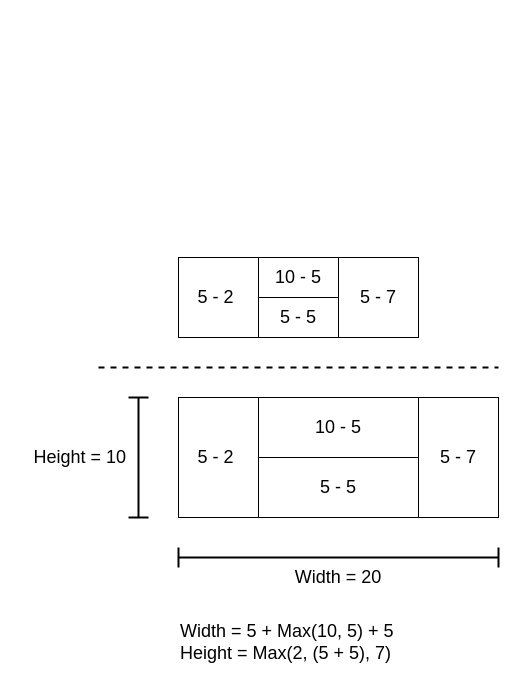
Before: page "Page-1" (1 of 2) of BlogPosts/02/Diagrams.drawio in Didgy74/Didgy74.github.io, a draw.io diagram. Source tidied: cells renumbered, new cells numbered last; positions are measured from the earlier drawing's top-left corner, leaving out a move shared by most shapes. Both pictures are drawn from the tidied source at 100%, with x=0, y=0 at pixel (28, 257).
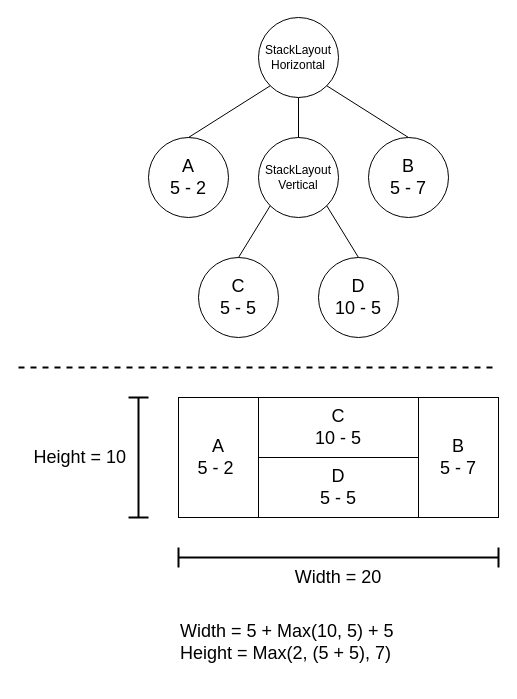
After the change.

Commit message (it also covers changes not shown here):
Made revisions to diagrams for Blog Post #2.

Change to the diagram source:
```diff
@@
-    <mxCell id="2" value="5 - 2&amp;nbsp;" style="rounded=0;whiteSpace=wrap;html=1;fontSize=18;" parent="1" vertex="1">
-      <mxGeometry x="150" width="80" height="80" as="geometry" />
-    </mxCell>
-    <mxCell id="3" value="10 - 5" style="rounded=0;whiteSpace=wrap;html=1;fontSize=18;" parent="1" vertex="1">
-      <mxGeometry x="230" width="80" height="40" as="geometry" />
-    </mxCell>
-    <mxCell id="4" value="5 - 5" style="rounded=0;whiteSpace=wrap;html=1;fontSize=18;" parent="1" vertex="1">
-      <mxGeometry x="230" y="40" width="80" height="40" as="geometry" />
-    </mxCell>
-    <mxCell id="5" value="5 - 7" style="rounded=0;whiteSpace=wrap;html=1;fontSize=18;" parent="1" vertex="1">
-      <mxGeometry x="310" width="80" height="80" as="geometry" />
-    </mxCell>
-    <mxCell id="6" value="5 - 2&amp;nbsp;" style="rounded=0;whiteSpace=wrap;html=1;fontSize=18;" parent="1" vertex="1">
+    <mxCell id="6" value="A&lt;br&gt;5 - 2&amp;nbsp;" style="rounded=0;whiteSpace=wrap;html=1;fontSize=18;" parent="1" vertex="1">
       <mxGeometry x="150" y="140" width="80" height="120" as="geometry" />
     </mxCell>
-    <mxCell id="7" value="10 - 5" style="rounded=0;whiteSpace=wrap;html=1;fontSize=18;" parent="1" vertex="1">
+    <mxCell id="7" value="C&lt;br&gt;10 - 5" style="rounded=0;whiteSpace=wrap;html=1;fontSize=18;" parent="1" vertex="1">
       <mxGeometry x="230" y="140" width="160" height="60" as="geometry" />
     </mxCell>
-    <mxCell id="8" value="5 - 5" style="rounded=0;whiteSpace=wrap;html=1;fontSize=18;" parent="1" vertex="1">
+    <mxCell id="8" value="D&lt;br&gt;5 - 5" style="rounded=0;whiteSpace=wrap;html=1;fontSize=18;" parent="1" vertex="1">
       <mxGeometry x="230" y="200" width="160" height="60" as="geometry" />
     </mxCell>
-    <mxCell id="9" value="5 - 7" style="rounded=0;whiteSpace=wrap;html=1;fontSize=18;" parent="1" vertex="1">
+    <mxCell id="9" value="B&lt;br&gt;5 - 7" style="rounded=0;whiteSpace=wrap;html=1;fontSize=18;" parent="1" vertex="1">
       <mxGeometry x="390" y="140" width="80" height="120" as="geometry" />
     </mxCell>
@@
     <mxCell id="17" style="endArrow=none;html=1;fontSize=18;strokeWidth=2;dashed=1;" parent="1" edge="1">
       <mxGeometry relative="1" as="geometry">
-        <mxPoint x="70" y="110" as="sourcePoint" />
+        <mxPoint x="-10" y="110" as="sourcePoint" />
         <mxPoint x="470" y="110" as="targetPoint" />
       </mxGeometry>
     </mxCell>
@@
+    <mxCell id="20" value="StackLayout&lt;br&gt;Horizontal" style="ellipse;whiteSpace=wrap;html=1;" parent="1" vertex="1">
+      <mxGeometry x="230" y="-240" width="80" height="80" as="geometry" />
+    </mxCell>
+    <mxCell id="21" value="&lt;span style=&quot;font-size: 18px&quot;&gt;A&lt;br&gt;5 - 2&lt;/span&gt;" style="ellipse;whiteSpace=wrap;html=1;" parent="1" vertex="1">
+      <mxGeometry x="120" y="-120" width="80" height="80" as="geometry" />
+    </mxCell>
+    <mxCell id="22" value="StackLayout&lt;br&gt;Vertical" style="ellipse;whiteSpace=wrap;html=1;" parent="1" vertex="1">
+      <mxGeometry x="230" y="-120" width="80" height="80" as="geometry" />
+    </mxCell>
+    <mxCell id="23" value="&lt;span style=&quot;font-size: 18px&quot;&gt;B&lt;br&gt;5 - 7&lt;/span&gt;" style="ellipse;whiteSpace=wrap;html=1;" parent="1" vertex="1">
+      <mxGeometry x="340" y="-120" width="80" height="80" as="geometry" />
+    </mxCell>
+    <mxCell id="24" value="&lt;span style=&quot;font-size: 18px&quot;&gt;D&lt;br&gt;10 - 5&lt;/span&gt;" style="ellipse;whiteSpace=wrap;html=1;" parent="1" vertex="1">
+      <mxGeometry x="290" width="80" height="80" as="geometry" />
+    </mxCell>
+    <mxCell id="25" value="&lt;span style=&quot;font-size: 18px&quot;&gt;C&lt;br&gt;5 - 5&lt;/span&gt;" style="ellipse;whiteSpace=wrap;html=1;" parent="1" vertex="1">
+      <mxGeometry x="170" width="80" height="80" as="geometry" />
+    </mxCell>
+    <mxCell id="26" style="endArrow=none;html=1;rounded=0;exitX=0;exitY=1;exitDx=0;exitDy=0;entryX=0.5;entryY=0;entryDx=0;entryDy=0;" parent="1" edge="1" source="20" target="21">
+      <mxGeometry relative="1" as="geometry" />
+    </mxCell>
+    <mxCell id="27" style="endArrow=none;html=1;rounded=0;exitX=0.5;exitY=1;exitDx=0;exitDy=0;entryX=0.5;entryY=0;entryDx=0;entryDy=0;" parent="1" edge="1" source="20" target="22">
+      <mxGeometry relative="1" as="geometry" />
+    </mxCell>
+    <mxCell id="28" style="endArrow=none;html=1;rounded=0;exitX=1;exitY=1;exitDx=0;exitDy=0;entryX=0.5;entryY=0;entryDx=0;entryDy=0;" parent="1" edge="1" source="20" target="23">
+      <mxGeometry relative="1" as="geometry" />
+    </mxCell>
+    <mxCell id="29" style="endArrow=none;html=1;rounded=0;exitX=0;exitY=1;exitDx=0;exitDy=0;entryX=0.5;entryY=0;entryDx=0;entryDy=0;" parent="1" edge="1" source="22" target="25">
+      <mxGeometry relative="1" as="geometry" />
+    </mxCell>
+    <mxCell id="30" style="endArrow=none;html=1;rounded=0;exitX=1;exitY=1;exitDx=0;exitDy=0;entryX=0.5;entryY=0;entryDx=0;entryDy=0;" parent="1" edge="1" source="22" target="24">
+      <mxGeometry relative="1" as="geometry" />
+    </mxCell>
```
